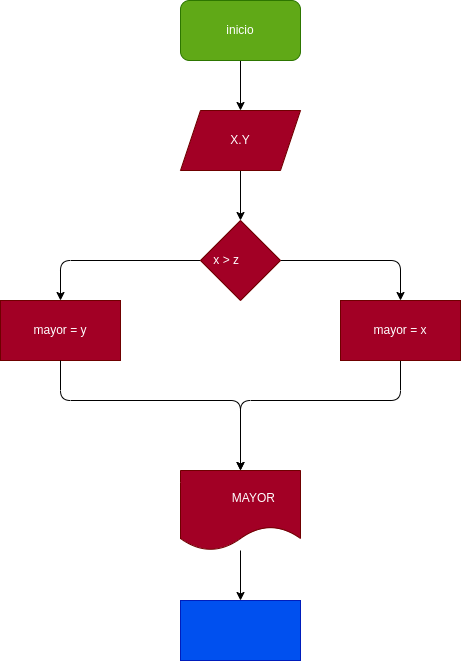
Earlier version of the draw.io export diagrama.png (Chalarcanicolas/mayor_2enteros). Source tidied: cells renumbered, new cells last; positions are measured from the earlier drawing's top-left corner, leaving out a move shared by most shapes. The source it was exported from:
```xml
<mxGraphModel>
  <root>
    <mxCell id="0" />
    <mxCell id="1" parent="0" />
    <mxCell id="2" style="edgeStyle=none;html=1;" parent="1" edge="1" source="3" target="5">
      <mxGeometry relative="1" as="geometry" />
    </mxCell>
    <mxCell id="3" value="inicio" style="rounded=1;whiteSpace=wrap;html=1;fillColor=#60a917;fontColor=#ffffff;strokeColor=#2D7600;" parent="1" vertex="1">
      <mxGeometry x="180" width="120" height="60" as="geometry" />
    </mxCell>
    <mxCell id="4" style="edgeStyle=none;html=1;" parent="1" edge="1" source="5" target="8">
      <mxGeometry relative="1" as="geometry" />
    </mxCell>
    <mxCell id="5" value="X.Y" style="shape=parallelogram;perimeter=parallelogramPerimeter;whiteSpace=wrap;html=1;fixedSize=1;fillColor=#a20025;fontColor=#ffffff;strokeColor=#6F0000;" parent="1" vertex="1">
      <mxGeometry x="180" y="110" width="120" height="60" as="geometry" />
    </mxCell>
    <mxCell id="6" style="edgeStyle=none;html=1;" parent="1" edge="1" source="8" target="9">
      <mxGeometry relative="1" as="geometry">
        <Array as="points">
          <mxPoint x="60" y="260" />
        </Array>
      </mxGeometry>
    </mxCell>
    <mxCell id="7" style="edgeStyle=none;html=1;" parent="1" edge="1" source="8" target="11">
      <mxGeometry relative="1" as="geometry">
        <Array as="points">
          <mxPoint x="400" y="260" />
        </Array>
      </mxGeometry>
    </mxCell>
    <mxCell id="8" value="x &amp;gt; z&lt;span style=&quot;white-space: pre;&quot;&gt;&#9;&lt;/span&gt;" style="rhombus;whiteSpace=wrap;html=1;fillColor=#a20025;fontColor=#ffffff;strokeColor=#6F0000;" parent="1" vertex="1">
      <mxGeometry x="200" y="220" width="80" height="80" as="geometry" />
    </mxCell>
    <mxCell id="9" value="mayor = y" style="whiteSpace=wrap;html=1;fillColor=#a20025;strokeColor=#6F0000;fontColor=#ffffff;" parent="1" vertex="1">
      <mxGeometry y="300" width="120" height="60" as="geometry" />
    </mxCell>
    <mxCell id="10" style="edgeStyle=none;html=1;exitX=0.5;exitY=1;exitDx=0;exitDy=0;" parent="1" edge="1" source="11" target="13">
      <mxGeometry relative="1" as="geometry">
        <Array as="points">
          <mxPoint x="400" y="400" />
          <mxPoint x="240" y="400" />
        </Array>
      </mxGeometry>
    </mxCell>
    <mxCell id="11" value="mayor = x" style="whiteSpace=wrap;html=1;fillColor=#a20025;strokeColor=#6F0000;fontColor=#ffffff;" parent="1" vertex="1">
      <mxGeometry x="340" y="300" width="120" height="60" as="geometry" />
    </mxCell>
    <mxCell id="12" style="edgeStyle=none;html=1;" parent="1" edge="1" source="13" target="15">
      <mxGeometry relative="1" as="geometry" />
    </mxCell>
    <mxCell id="13" value="&lt;span style=&quot;white-space: pre;&quot;&gt;&#9;&lt;/span&gt;MAYOR" style="shape=document;whiteSpace=wrap;html=1;boundedLbl=1;fillColor=#a20025;strokeColor=#6F0000;fontColor=#ffffff;" parent="1" vertex="1">
      <mxGeometry x="180" y="470" width="120" height="80" as="geometry" />
    </mxCell>
    <mxCell id="14" style="endArrow=classic;html=1;entryX=0.5;entryY=0;entryDx=0;entryDy=0;exitX=0.5;exitY=1;exitDx=0;exitDy=0;" parent="1" edge="1" source="9" target="13">
      <mxGeometry relative="1" as="geometry">
        <Array as="points">
          <mxPoint x="60" y="400" />
          <mxPoint x="240" y="400" />
        </Array>
      </mxGeometry>
    </mxCell>
    <mxCell id="15" style="rounded=0;whiteSpace=wrap;html=1;fillColor=#0050ef;fontColor=#ffffff;strokeColor=#001DBC;" parent="1" vertex="1">
      <mxGeometry x="180" y="600" width="120" height="60" as="geometry" />
    </mxCell>
  </root>
</mxGraphModel>
```
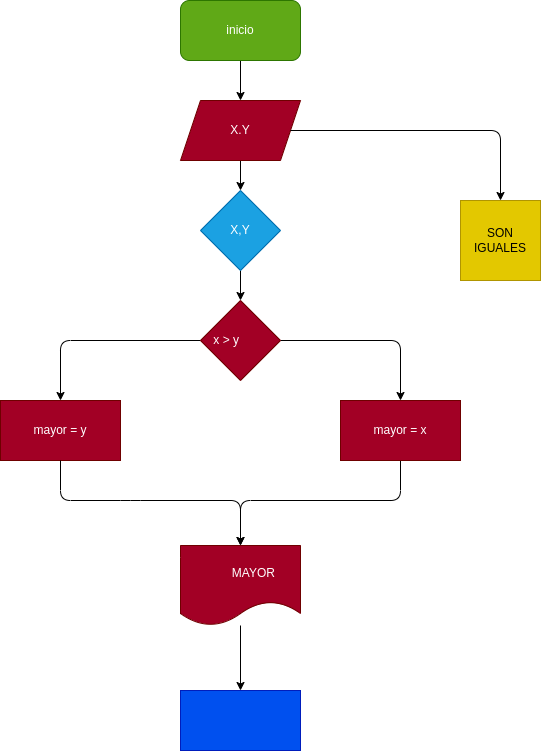
Later version of the same file.

Change to the diagram source:
```diff
@@ -6,61 +6,79 @@
       <mxGeometry relative="1" as="geometry" />
     </mxCell>
     <mxCell id="3" value="inicio" style="rounded=1;whiteSpace=wrap;html=1;fillColor=#60a917;fontColor=#ffffff;strokeColor=#2D7600;" parent="1" vertex="1">
-      <mxGeometry x="180" width="120" height="60" as="geometry" />
+      <mxGeometry x="180" y="-40" width="120" height="60" as="geometry" />
     </mxCell>
-    <mxCell id="4" style="edgeStyle=none;html=1;" parent="1" edge="1" source="5" target="8">
-      <mxGeometry relative="1" as="geometry" />
-    </mxCell>
+    <mxCell id="16" style="edgeStyle=none;html=1;" parent="1" edge="1" source="5" target="18">
+      <mxGeometry relative="1" as="geometry" />
+    </mxCell>
     <mxCell id="5" value="X.Y" style="shape=parallelogram;perimeter=parallelogramPerimeter;whiteSpace=wrap;html=1;fixedSize=1;fillColor=#a20025;fontColor=#ffffff;strokeColor=#6F0000;" parent="1" vertex="1">
-      <mxGeometry x="180" y="110" width="120" height="60" as="geometry" />
+      <mxGeometry x="180" y="60" width="120" height="60" as="geometry" />
     </mxCell>
     <mxCell id="6" style="edgeStyle=none;html=1;" parent="1" edge="1" source="8" target="9">
       <mxGeometry relative="1" as="geometry">
         <Array as="points">
-          <mxPoint x="60" y="260" />
+          <mxPoint x="60" y="300" />
         </Array>
       </mxGeometry>
     </mxCell>
     <mxCell id="7" style="edgeStyle=none;html=1;" parent="1" edge="1" source="8" target="11">
       <mxGeometry relative="1" as="geometry">
         <Array as="points">
-          <mxPoint x="400" y="260" />
+          <mxPoint x="400" y="300" />
         </Array>
       </mxGeometry>
     </mxCell>
-    <mxCell id="8" value="x &amp;gt; z&lt;span style=&quot;white-space: pre;&quot;&gt;&#9;&lt;/span&gt;" style="rhombus;whiteSpace=wrap;html=1;fillColor=#a20025;fontColor=#ffffff;strokeColor=#6F0000;" parent="1" vertex="1">
-      <mxGeometry x="200" y="220" width="80" height="80" as="geometry" />
+    <mxCell id="8" value="x &amp;gt; y&lt;span style=&quot;white-space: pre;&quot;&gt;&#9;&lt;/span&gt;" style="rhombus;whiteSpace=wrap;html=1;fillColor=#a20025;fontColor=#ffffff;strokeColor=#6F0000;" parent="1" vertex="1">
+      <mxGeometry x="200" y="260" width="80" height="80" as="geometry" />
     </mxCell>
     <mxCell id="9" value="mayor = y" style="whiteSpace=wrap;html=1;fillColor=#a20025;strokeColor=#6F0000;fontColor=#ffffff;" parent="1" vertex="1">
-      <mxGeometry y="300" width="120" height="60" as="geometry" />
+      <mxGeometry y="360" width="120" height="60" as="geometry" />
     </mxCell>
     <mxCell id="10" style="edgeStyle=none;html=1;exitX=0.5;exitY=1;exitDx=0;exitDy=0;" parent="1" edge="1" source="11" target="13">
       <mxGeometry relative="1" as="geometry">
         <Array as="points">
           <mxPoint x="400" y="400" />
-          <mxPoint x="240" y="400" />
+          <mxPoint x="400" y="460" />
+          <mxPoint x="240" y="460" />
         </Array>
       </mxGeometry>
     </mxCell>
     <mxCell id="11" value="mayor = x" style="whiteSpace=wrap;html=1;fillColor=#a20025;strokeColor=#6F0000;fontColor=#ffffff;" parent="1" vertex="1">
-      <mxGeometry x="340" y="300" width="120" height="60" as="geometry" />
+      <mxGeometry x="340" y="360" width="120" height="60" as="geometry" />
     </mxCell>
     <mxCell id="12" style="edgeStyle=none;html=1;" parent="1" edge="1" source="13" target="15">
       <mxGeometry relative="1" as="geometry" />
     </mxCell>
     <mxCell id="13" value="&lt;span style=&quot;white-space: pre;&quot;&gt;&#9;&lt;/span&gt;MAYOR" style="shape=document;whiteSpace=wrap;html=1;boundedLbl=1;fillColor=#a20025;strokeColor=#6F0000;fontColor=#ffffff;" parent="1" vertex="1">
-      <mxGeometry x="180" y="470" width="120" height="80" as="geometry" />
+      <mxGeometry x="180" y="505" width="120" height="80" as="geometry" />
     </mxCell>
     <mxCell id="14" style="endArrow=classic;html=1;entryX=0.5;entryY=0;entryDx=0;entryDy=0;exitX=0.5;exitY=1;exitDx=0;exitDy=0;" parent="1" edge="1" source="9" target="13">
       <mxGeometry relative="1" as="geometry">
         <Array as="points">
-          <mxPoint x="60" y="400" />
-          <mxPoint x="240" y="400" />
+          <mxPoint x="60" y="460" />
+          <mxPoint x="130" y="460" />
+          <mxPoint x="240" y="460" />
         </Array>
       </mxGeometry>
     </mxCell>
     <mxCell id="15" style="rounded=0;whiteSpace=wrap;html=1;fillColor=#0050ef;fontColor=#ffffff;strokeColor=#001DBC;" parent="1" vertex="1">
-      <mxGeometry x="180" y="600" width="120" height="60" as="geometry" />
+      <mxGeometry x="180" y="650" width="120" height="60" as="geometry" />
     </mxCell>
+    <mxCell id="17" style="edgeStyle=none;html=1;" parent="1" edge="1" source="18" target="8">
+      <mxGeometry relative="1" as="geometry" />
+    </mxCell>
+    <mxCell id="18" value="X,Y" style="rhombus;whiteSpace=wrap;html=1;fillColor=#1ba1e2;fontColor=#ffffff;strokeColor=#006EAF;" parent="1" vertex="1">
+      <mxGeometry x="200" y="150" width="80" height="80" as="geometry" />
+    </mxCell>
+    <mxCell id="19" value="SON IGUALES" style="whiteSpace=wrap;html=1;fillColor=#e3c800;fontColor=#000000;strokeColor=#B09500;" parent="1" vertex="1">
+      <mxGeometry x="460" y="160" width="80" height="80" as="geometry" />
+    </mxCell>
+    <mxCell id="20" style="endArrow=classic;html=1;entryX=0.5;entryY=0;entryDx=0;entryDy=0;exitX=1;exitY=0.5;exitDx=0;exitDy=0;" parent="1" edge="1" source="5" target="19">
+      <mxGeometry relative="1" as="geometry">
+        <Array as="points">
+          <mxPoint x="500" y="90" />
+        </Array>
+      </mxGeometry>
+    </mxCell>
   </root>
 </mxGraphModel>
```
